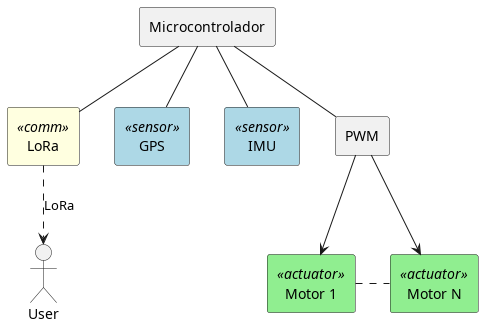
Earlier version of the PlantUML export uml/arquitetura.png (AlexFigas/USV). Its diagram source:
```plantuml
@startuml
skinparam rectangle {
  BackgroundColor<<sensor>> LightBlue
  BackgroundColor<<actuator>> LightGreen
  BackgroundColor<<comm>> LightYellow
}

rectangle "Microcontrolador" as mc
rectangle "LoRa" as lora <<comm>>
rectangle "GPS" as gps <<sensor>>
rectangle "IMU" as imu <<sensor>>
rectangle "PWM" as pwm
rectangle "Motor 1" as Motor1 <<actuator>>
rectangle "Motor N" as MotorN <<actuator>>

mc -- gps
mc -- imu
mc -- pwm
mc -down- lora

pwm --> Motor1
pwm --> MotorN
Motor1 .right. MotorN

actor usr as "User"
lora -[dashed]-> usr : LoRa

@enduml
```
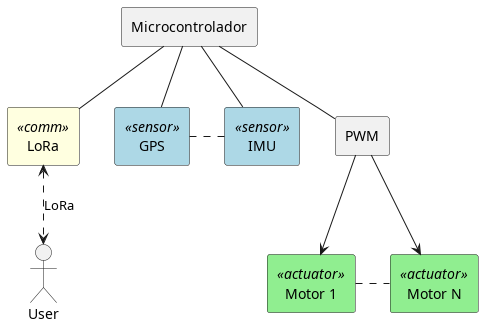
After the change.

What changed in the source:
```diff
@@ -10,19 +10,20 @@
 rectangle "GPS" as gps <<sensor>>
 rectangle "IMU" as imu <<sensor>>
 rectangle "PWM" as pwm
-rectangle "Motor 1" as Motor1 <<actuator>>
-rectangle "Motor N" as MotorN <<actuator>>
+rectangle "Motor 1" as M1 <<actuator>>
+rectangle "Motor N" as Mn <<actuator>>
 
 mc -- gps
 mc -- imu
 mc -- pwm
-mc -down- lora
+mc -- lora
+gps -[dashed]right- imu
+lora -right[hidden]- gps
 
-pwm --> Motor1
-pwm --> MotorN
-Motor1 .right. MotorN
+pwm -down-> M1
+M1 -[dashed]right- Mn
+pwm -down-> Mn
 
 actor usr as "User"
-lora -[dashed]-> usr : LoRa
-
+lora <-[dashed]-> usr : LoRa
 @enduml
```
